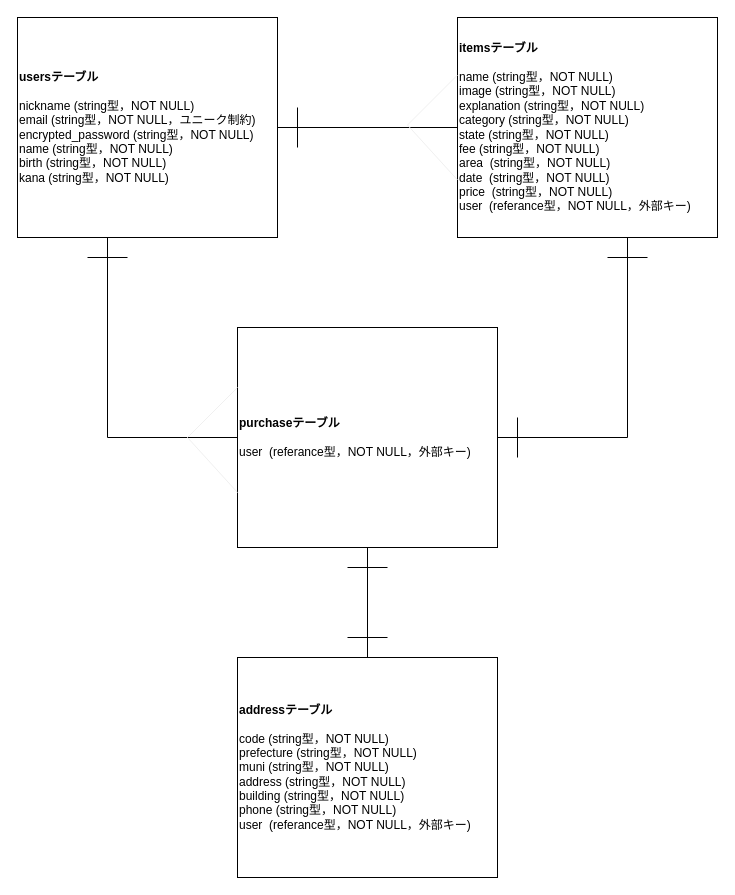
Before: test.dio in okawa-u/furima-36766, a draw.io diagram. Source tidied: cells renumbered, new cells numbered last; positions are measured from the earlier drawing's top-left corner, leaving out a move shared by most shapes. Both pictures are drawn from the tidied source at 100%, with x=0, y=0 at pixel (17, 17).
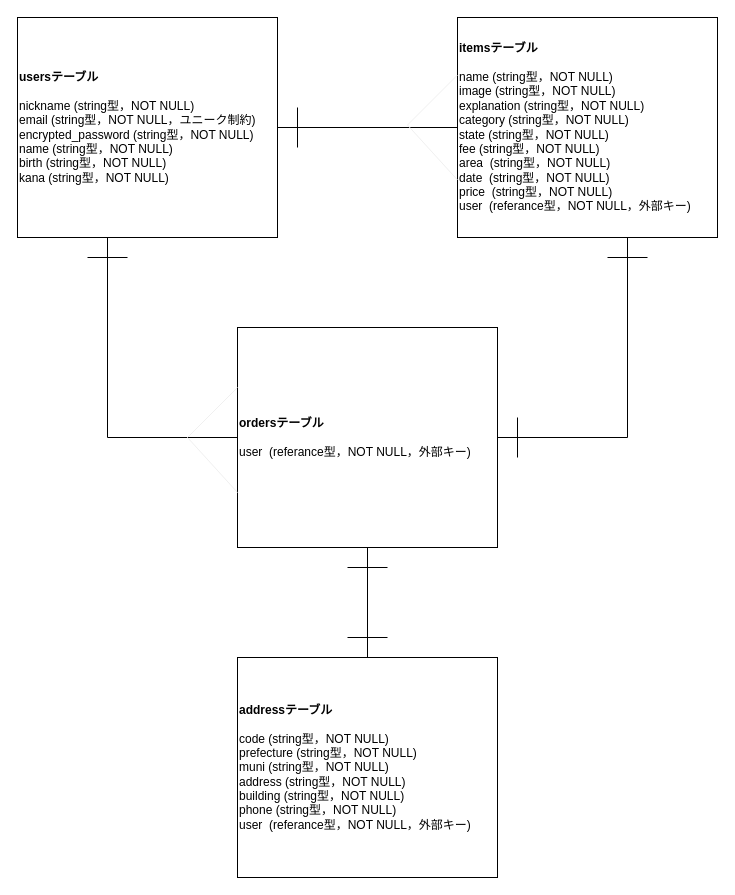
After the change.

Diff of the diagram source:
```diff
@@
-    <mxCell id="8" value="&lt;b&gt;purchaseテーブル&lt;br&gt;&lt;/b&gt;&lt;br&gt;user&amp;nbsp;&amp;nbsp;(referance型，NOT NULL，外部キー)" style="rounded=0;whiteSpace=wrap;html=1;strokeWidth=1;align=left;" parent="1" vertex="1">
+    <mxCell id="8" value="&lt;b&gt;ordersテーブル&lt;br&gt;&lt;/b&gt;&lt;br&gt;user&amp;nbsp;&amp;nbsp;(referance型，NOT NULL，外部キー)" style="rounded=0;whiteSpace=wrap;html=1;strokeWidth=1;align=left;" parent="1" vertex="1">
       <mxGeometry x="220" y="310" width="260" height="220" as="geometry" />
     </mxCell>
```
